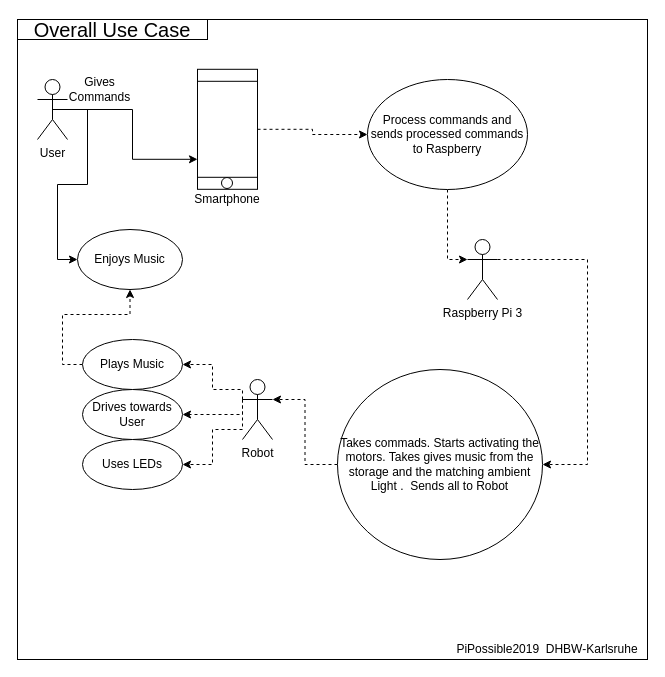
Above: OverallUseCaseDiagramm.drawio in PiPossible1/PiPossible (draw.io), before the change. Source tidied: cells renumbered, new cells numbered last; positions are measured from the earlier drawing's top-left corner, leaving out a move shared by most shapes. Both pictures are drawn from the tidied source at 100%, with x=0, y=0 at pixel (17, 19).
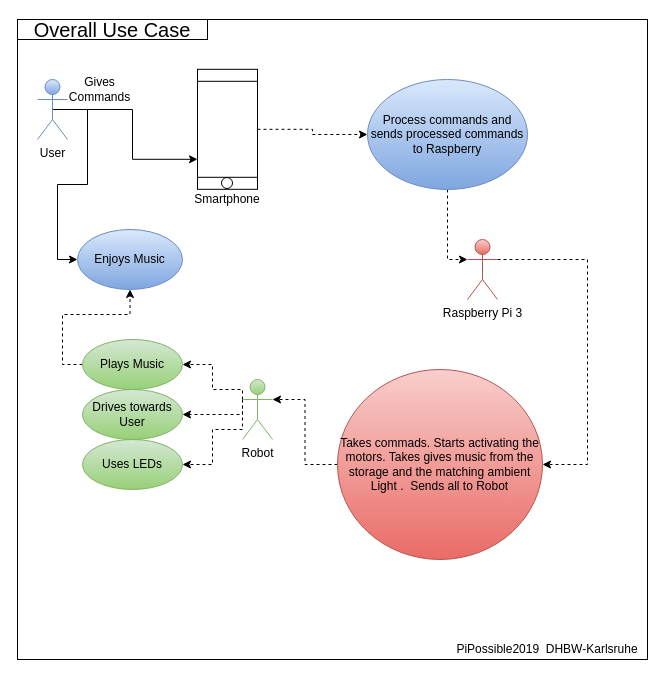
The same page after the edit.

Commit message:
Updatet Colors

Diff of the diagram source:
```diff
@@
-    <mxCell id="7" value="User&lt;br&gt;" style="shape=umlActor;verticalLabelPosition=bottom;labelBackgroundColor=#ffffff;verticalAlign=top;html=1;" parent="1" vertex="1">
+    <mxCell id="7" value="User&lt;br&gt;" style="shape=umlActor;verticalLabelPosition=bottom;labelBackgroundColor=#ffffff;verticalAlign=top;html=1;gradientColor=#7ea6e0;fillColor=#dae8fc;strokeColor=#6c8ebf;" parent="1" vertex="1">
       <mxGeometry x="20" y="60" width="30" height="60" as="geometry" />
     </mxCell>
@@
-    <mxCell id="9" style="shape=process;whiteSpace=wrap;html=1;backgroundOutline=1;strokeColor=#000000;strokeWidth=1;fontFamily=Helvetica;direction=south;" parent="1" vertex="1">
+    <mxCell id="9" style="shape=process;whiteSpace=wrap;html=1;backgroundOutline=1;strokeWidth=1;fontFamily=Helvetica;direction=south;" parent="1" vertex="1">
       <mxGeometry x="180" y="49.8" width="60" height="120" as="geometry" />
     </mxCell>
@@
-    <mxCell id="12" value="Enjoys Music" style="ellipse;whiteSpace=wrap;html=1;strokeColor=#000000;strokeWidth=1;fontFamily=Helvetica;" parent="1" vertex="1">
+    <mxCell id="12" value="Enjoys Music" style="ellipse;whiteSpace=wrap;html=1;strokeColor=#6c8ebf;strokeWidth=1;fontFamily=Helvetica;fillColor=#dae8fc;gradientColor=#7ea6e0;" parent="1" vertex="1">
       <mxGeometry x="60" y="210" width="105" height="60" as="geometry" />
     </mxCell>
@@
-    <mxCell id="14" value="Plays Music" style="ellipse;whiteSpace=wrap;html=1;strokeColor=#000000;strokeWidth=1;fontFamily=Helvetica;" parent="1" vertex="1">
+    <mxCell id="14" value="Plays Music" style="ellipse;whiteSpace=wrap;html=1;strokeColor=#82b366;strokeWidth=1;fontFamily=Helvetica;gradientColor=#97d077;fillColor=#d5e8d4;" parent="1" vertex="1">
       <mxGeometry x="65" y="320" width="100" height="50" as="geometry" />
     </mxCell>
@@
-    <mxCell id="18" value="Robot" style="shape=umlActor;verticalLabelPosition=bottom;labelBackgroundColor=#ffffff;verticalAlign=top;html=1;outlineConnect=0;strokeColor=#000000;strokeWidth=1;fontFamily=Helvetica;" parent="1" vertex="1">
+    <mxCell id="18" value="Robot" style="shape=umlActor;verticalLabelPosition=bottom;labelBackgroundColor=#ffffff;verticalAlign=top;html=1;outlineConnect=0;strokeColor=#82b366;strokeWidth=1;fontFamily=Helvetica;gradientColor=#97d077;fillColor=#d5e8d4;" parent="1" vertex="1">
       <mxGeometry x="225" y="360" width="30" height="60" as="geometry" />
     </mxCell>
-    <mxCell id="19" value="Drives towards User" style="ellipse;whiteSpace=wrap;html=1;strokeColor=#000000;strokeWidth=1;fontFamily=Helvetica;" parent="1" vertex="1">
+    <mxCell id="19" value="Drives towards User" style="ellipse;whiteSpace=wrap;html=1;strokeColor=#82b366;strokeWidth=1;fontFamily=Helvetica;gradientColor=#97d077;fillColor=#d5e8d4;" parent="1" vertex="1">
       <mxGeometry x="65" y="370" width="100" height="50" as="geometry" />
     </mxCell>
-    <mxCell id="20" value="Uses LEDs" style="ellipse;whiteSpace=wrap;html=1;strokeColor=#000000;strokeWidth=1;fontFamily=Helvetica;" parent="1" vertex="1">
+    <mxCell id="20" value="Uses LEDs" style="ellipse;whiteSpace=wrap;html=1;strokeColor=#82b366;strokeWidth=1;fontFamily=Helvetica;gradientColor=#97d077;fillColor=#d5e8d4;" parent="1" vertex="1">
       <mxGeometry x="65" y="420" width="100" height="50" as="geometry" />
     </mxCell>
@@
-    <mxCell id="22" value="Process commands and sends processed commands to Raspberry" style="ellipse;whiteSpace=wrap;html=1;strokeColor=#000000;strokeWidth=1;fontFamily=Helvetica;" parent="1" vertex="1">
+    <mxCell id="22" value="Process commands and sends processed commands to Raspberry" style="ellipse;whiteSpace=wrap;html=1;strokeColor=#6c8ebf;strokeWidth=1;fontFamily=Helvetica;gradientColor=#7ea6e0;fillColor=#dae8fc;" parent="1" vertex="1">
       <mxGeometry x="350" y="60" width="160" height="110" as="geometry" />
     </mxCell>
@@
-    <mxCell id="24" value="Raspberry Pi 3&lt;br&gt;" style="shape=umlActor;verticalLabelPosition=bottom;labelBackgroundColor=#ffffff;verticalAlign=top;html=1;outlineConnect=0;strokeColor=#000000;strokeWidth=1;fontFamily=Helvetica;" parent="1" vertex="1">
+    <mxCell id="24" value="Raspberry Pi 3&lt;br&gt;" style="shape=umlActor;verticalLabelPosition=bottom;labelBackgroundColor=#ffffff;verticalAlign=top;html=1;outlineConnect=0;strokeColor=#b85450;strokeWidth=1;fontFamily=Helvetica;gradientColor=#ea6b66;fillColor=#f8cecc;" parent="1" vertex="1">
       <mxGeometry x="450" y="220" width="30" height="60" as="geometry" />
     </mxCell>
@@
-    <mxCell id="26" value="Takes commads. Starts activating the motors. Takes gives music from the storage and the matching ambient Light .&amp;nbsp; Sends all to Robot" style="ellipse;whiteSpace=wrap;html=1;strokeColor=#000000;strokeWidth=1;fontFamily=Helvetica;" parent="1" vertex="1">
+    <mxCell id="26" value="Takes commads. Starts activating the motors. Takes gives music from the storage and the matching ambient Light .&amp;nbsp; Sends all to Robot" style="ellipse;whiteSpace=wrap;html=1;strokeColor=#b85450;strokeWidth=1;fontFamily=Helvetica;gradientColor=#ea6b66;fillColor=#f8cecc;" parent="1" vertex="1">
       <mxGeometry x="320" y="350" width="205" height="190" as="geometry" />
     </mxCell>
```
